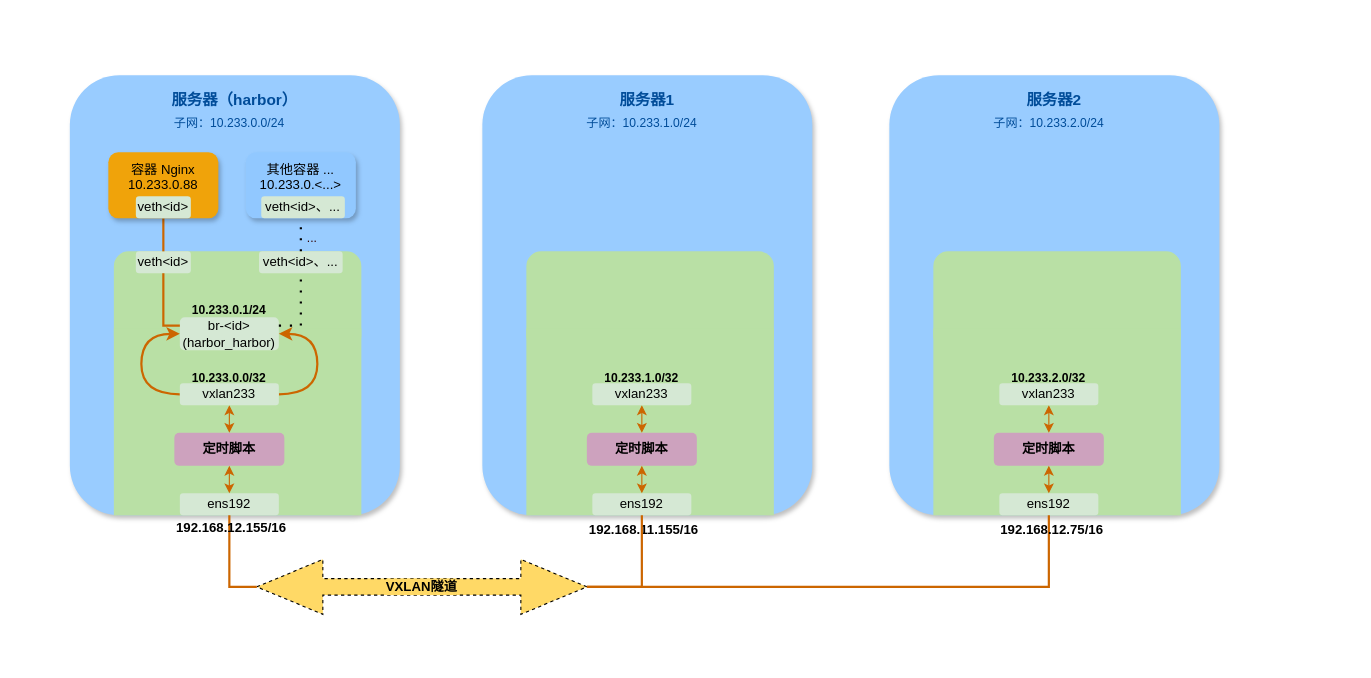
Earlier version of the draw.io diagram 自建vxlan隧道.drawio (C-Why/diagrams). Source tidied: cells renumbered, new cells numbered last; positions are measured from the earlier drawing's top-left corner, leaving out a move shared by most shapes. Both pictures are drawn from the tidied source at 110%, with x=0, y=0 at pixel (69, 75).
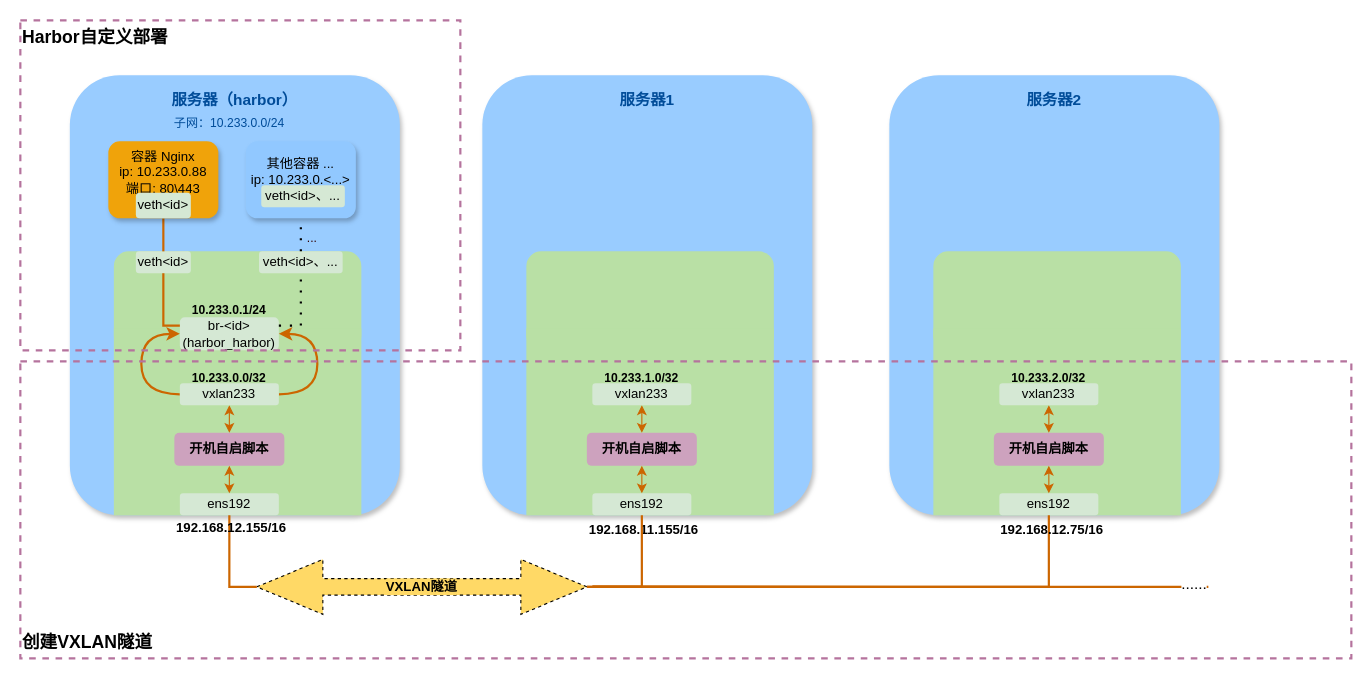
Above is the later version.

Commit message:
更新自建vxlan隧道.drawio

Unchanged cells that the change refers to:
```xml
<mxCell id="44" style="group;" parent="1" vertex="1">
  <mxGeometry x="455" y="20" width="153" height="30" as="geometry" />
</mxCell>
<mxCell id="57" style="group;" parent="1" vertex="1">
  <mxGeometry x="825" y="20" width="153" height="30" as="geometry" />
</mxCell>
```

The edit, as a diff of the source:
```diff
@@
-    <mxCell id="6" value="定时脚本" style="rounded=1;whiteSpace=wrap;html=1;strokeColor=none;fillColor=#CDA2BE;fontStyle=1;" parent="1" vertex="1">
+    <mxCell id="6" value="开机自启脚本" style="rounded=1;whiteSpace=wrap;html=1;strokeColor=none;fillColor=#CDA2BE;fontStyle=1;" parent="1" vertex="1">
       <mxGeometry x="95" y="325" width="100" height="30" as="geometry" />
     </mxCell>
@@
     <mxCell id="14" style="group;fontStyle=1;" parent="1" vertex="1">
-      <mxGeometry x="35" y="70" width="100" height="60" as="geometry" />
+      <mxGeometry x="35" y="60" width="100" height="70" as="geometry" />
     </mxCell>
-    <mxCell id="15" value="&lt;div&gt;容器 Nginx&lt;/div&gt;&lt;div&gt;10.233.0.88&lt;/div&gt;&lt;div&gt;&lt;br&gt;&lt;/div&gt;" style="rounded=1;whiteSpace=wrap;html=1;fillColor=#F0A30A;fontColor=#000000;strokeColor=none;fillStyle=auto;glass=0;shadow=1;" parent="14" vertex="1">
-      <mxGeometry width="100" height="60" as="geometry" />
+    <mxCell id="15" value="&lt;div&gt;容器 Nginx&lt;/div&gt;&lt;div&gt;ip: 10.233.0.88&lt;/div&gt;&lt;div&gt;端口: 80\443&lt;br&gt;&lt;/div&gt;&lt;div&gt;&lt;br&gt;&lt;/div&gt;" style="rounded=1;whiteSpace=wrap;html=1;fillColor=#F0A30A;fontColor=#000000;strokeColor=none;fillStyle=auto;glass=0;shadow=1;" parent="14" vertex="1">
+      <mxGeometry width="100" height="70" as="geometry" />
     </mxCell>
     <mxCell id="16" value="veth&amp;lt;id&amp;gt;" style="rounded=1;whiteSpace=wrap;html=1;fillColor=#D5E8D4;strokeColor=none;" parent="14" vertex="1">
-      <mxGeometry x="25" y="40" width="50" height="20" as="geometry" />
+      <mxGeometry x="25" y="46.7" width="50" height="23.3" as="geometry" />
     </mxCell>
     <mxCell id="17" style="group;" parent="1" vertex="1">
-      <mxGeometry x="160" y="70" width="100" height="60" as="geometry" />
+      <mxGeometry x="160" y="60" width="100" height="70" as="geometry" />
     </mxCell>
-    <mxCell id="18" value="&lt;div&gt;其他容器 ...&lt;/div&gt;&lt;div&gt;10.233.0.&amp;lt;...&amp;gt;&lt;br&gt;&lt;/div&gt;&lt;div&gt;&lt;br&gt;&lt;/div&gt;" style="rounded=1;whiteSpace=wrap;html=1;fillColor=#91C8FF;fontColor=#000000;strokeColor=none;fillStyle=auto;glass=0;shadow=1;gradientColor=none;" parent="17" vertex="1">
-      <mxGeometry width="100" height="60" as="geometry" />
+    <mxCell id="18" value="&lt;div&gt;其他容器 ...&lt;/div&gt;&lt;div&gt;ip: 10.233.0.&amp;lt;...&amp;gt;&lt;br&gt;&lt;/div&gt;&lt;div&gt;&lt;br&gt;&lt;/div&gt;" style="rounded=1;whiteSpace=wrap;html=1;fillColor=#91C8FF;fontColor=#000000;strokeColor=none;fillStyle=auto;glass=0;shadow=1;gradientColor=none;" parent="17" vertex="1">
+      <mxGeometry width="100" height="70" as="geometry" />
     </mxCell>
@@
-    <mxCell id="38" value="定时脚本" style="rounded=1;whiteSpace=wrap;html=1;strokeColor=none;fillColor=#CDA2BE;fontStyle=1;" parent="1" vertex="1">
+    <mxCell id="38" value="开机自启脚本" style="rounded=1;whiteSpace=wrap;html=1;strokeColor=none;fillColor=#CDA2BE;fontStyle=1;" parent="1" vertex="1">
       <mxGeometry x="470" y="325" width="100" height="30" as="geometry" />
     </mxCell>
@@
-    <mxCell id="46" value="子网：10.233.1.0/24" style="text;whiteSpace=wrap;html=1;fontColor=#004C99;fontSize=11;" parent="44" vertex="1">
-      <mxGeometry x="13" y="10" width="140" height="20" as="geometry" />
-    </mxCell>
@@
-    <mxCell id="51" value="定时脚本" style="rounded=1;whiteSpace=wrap;html=1;strokeColor=none;fillColor=#CDA2BE;fontStyle=1;" parent="1" vertex="1">
+    <mxCell id="51" value="开机自启脚本" style="rounded=1;whiteSpace=wrap;html=1;strokeColor=none;fillColor=#CDA2BE;fontStyle=1;" parent="1" vertex="1">
       <mxGeometry x="840" y="325" width="100" height="30" as="geometry" />
     </mxCell>
@@
-    <mxCell id="59" value="子网：10.233.2.0/24" style="text;whiteSpace=wrap;html=1;fontColor=#004C99;fontSize=11;" parent="57" vertex="1">
-      <mxGeometry x="13" y="10" width="140" height="20" as="geometry" />
-    </mxCell>
@@
+    <mxCell id="66" style="edgeStyle=orthogonalEdgeStyle;rounded=0;orthogonalLoop=1;jettySize=auto;html=1;strokeColor=#CC6600;strokeWidth=2;endArrow=none;endFill=0;" parent="1" edge="1">
+      <mxGeometry relative="1" as="geometry">
+        <mxPoint x="475" y="464.5" as="sourcePoint" />
+        <mxPoint x="1035" y="465" as="targetPoint" />
+      </mxGeometry>
+    </mxCell>
+    <mxCell id="67" value="&lt;font style=&quot;font-size: 14px;&quot;&gt;......&lt;/font&gt;" style="edgeLabel;html=1;align=center;verticalAlign=middle;fontSize=14;" parent="66" vertex="1">
+      <mxGeometry x="0.87" y="4" relative="1" as="geometry">
+        <mxPoint x="23" as="offset" />
+      </mxGeometry>
+    </mxCell>
@@
+    <mxCell id="68" style="rounded=0;whiteSpace=wrap;html=1;dashed=1;fillColor=none;strokeWidth=2;strokeColor=#B5739D;" parent="1" vertex="1">
+      <mxGeometry x="-45" y="260" width="1210" height="270" as="geometry" />
+    </mxCell>
+    <mxCell id="69" style="rounded=0;whiteSpace=wrap;html=1;dashed=1;fillColor=none;strokeWidth=2;strokeColor=#B5739D;" parent="1" vertex="1">
+      <mxGeometry x="-45" y="-50" width="400" height="300" as="geometry" />
+    </mxCell>
+    <mxCell id="70" value="&lt;div style=&quot;font-size: 16px;&quot; align=&quot;left&quot;&gt;&lt;div class=&quot;old-record-id-doxcn3BE8arqPiZlWXz1mVAPtwb&quot;&gt;&lt;b&gt;创建VXLAN隧道&lt;br&gt;&lt;/b&gt;&lt;/div&gt;&lt;/div&gt;" style="text;html=1;strokeColor=none;fillColor=none;align=left;verticalAlign=middle;whiteSpace=wrap;rounded=0;" parent="1" vertex="1">
+      <mxGeometry x="-45" y="500" width="190" height="30" as="geometry" />
+    </mxCell>
+    <mxCell id="71" value="&lt;div style=&quot;font-size: 16px;&quot; align=&quot;left&quot;&gt;&lt;div class=&quot;old-record-id-doxcn3BE8arqPiZlWXz1mVAPtwb&quot;&gt;&lt;b&gt;Harbor自定义部署&lt;/b&gt;&lt;/div&gt;&lt;/div&gt;" style="text;html=1;strokeColor=none;fillColor=none;align=left;verticalAlign=middle;whiteSpace=wrap;rounded=0;" parent="1" vertex="1">
+      <mxGeometry x="-45" y="-50" width="190" height="30" as="geometry" />
+    </mxCell>
```
